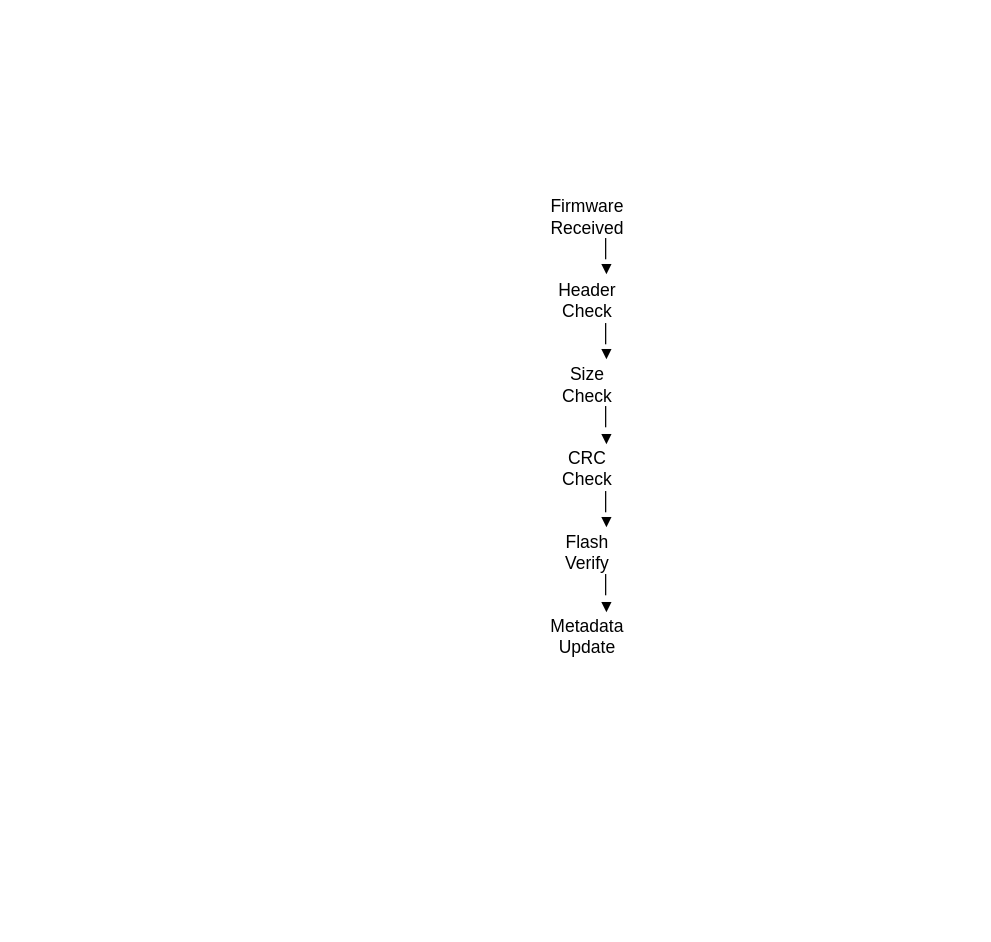
This is page "03 - Firmware Validation Flow" (4 of 9) of docs/HEXBOOT_F0_Architecture.drawio from brajogopal/HEXBOOT_F0, a draw.io file, before an edit. Source tidied: cells renumbered, new cells numbered last; positions are measured from the earlier drawing's top-left corner, leaving out a move shared by most shapes. Both pictures are drawn from the tidied source at 146%, with x=0, y=0 at pixel (543, 404).
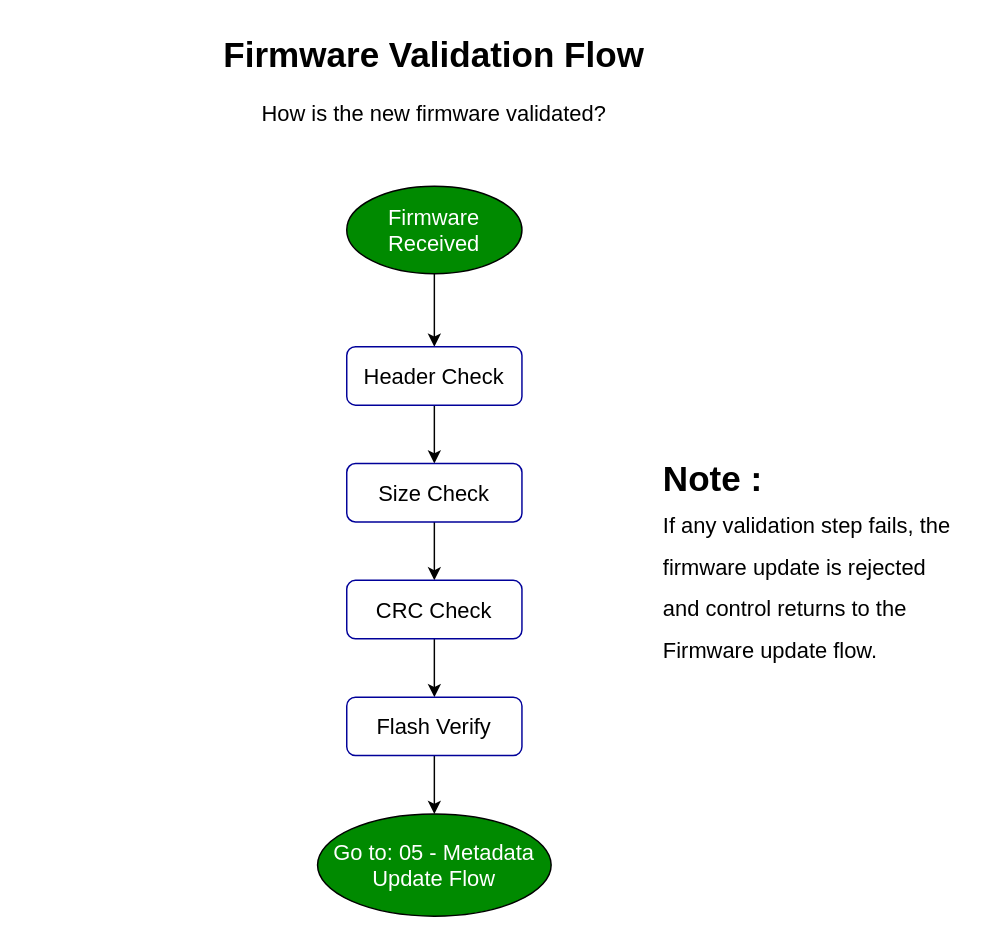
Above is the later version.

What changed in the source:
```diff
@@
 <mxGraphModel>
   <root>
     <mxCell id="0" />
     <mxCell id="1" parent="0" />
-    <mxCell id="2" value="&lt;div&gt;Firmware Received&lt;/div&gt;&lt;div&gt;&amp;nbsp; &amp;nbsp; &amp;nbsp; &amp;nbsp; │&lt;/div&gt;&lt;div&gt;&amp;nbsp; &amp;nbsp; &amp;nbsp; &amp;nbsp; ▼&lt;/div&gt;&lt;div&gt;Header Check&lt;/div&gt;&lt;div&gt;&amp;nbsp; &amp;nbsp; &amp;nbsp; &amp;nbsp; │&lt;/div&gt;&lt;div&gt;&amp;nbsp; &amp;nbsp; &amp;nbsp; &amp;nbsp; ▼&lt;/div&gt;&lt;div&gt;Size Check&lt;/div&gt;&lt;div&gt;&amp;nbsp; &amp;nbsp; &amp;nbsp; &amp;nbsp; │&lt;/div&gt;&lt;div&gt;&amp;nbsp; &amp;nbsp; &amp;nbsp; &amp;nbsp; ▼&lt;/div&gt;&lt;div&gt;CRC Check&lt;/div&gt;&lt;div&gt;&amp;nbsp; &amp;nbsp; &amp;nbsp; &amp;nbsp; │&lt;/div&gt;&lt;div&gt;&amp;nbsp; &amp;nbsp; &amp;nbsp; &amp;nbsp; ▼&lt;/div&gt;&lt;div&gt;Flash Verify&lt;/div&gt;&lt;div&gt;&amp;nbsp; &amp;nbsp; &amp;nbsp; &amp;nbsp; │&lt;/div&gt;&lt;div&gt;&amp;nbsp; &amp;nbsp; &amp;nbsp; &amp;nbsp; ▼&lt;/div&gt;&lt;div&gt;Metadata Update&lt;/div&gt;" style="text;html=1;whiteSpace=wrap;strokeColor=none;fillColor=none;align=center;verticalAlign=middle;rounded=0;" parent="1" vertex="1">
-      <mxGeometry width="60" height="30" as="geometry" />
-    </mxCell>
+    <mxCell id="3" value="&lt;h1 style=&quot;margin-top: 0px;&quot;&gt;Firmware Validation Flow&lt;/h1&gt;&lt;p&gt;&lt;font style=&quot;font-size: 15px;&quot;&gt;How is the new firmware validated?&lt;/font&gt;&lt;/p&gt;" style="text;html=1;whiteSpace=wrap;overflow=hidden;rounded=0;align=center;" parent="1" vertex="1">
+      <mxGeometry x="-355" y="-260" width="560" height="110" as="geometry" />
+    </mxCell>
+    <mxCell id="4" style="edgeStyle=orthogonalEdgeStyle;rounded=0;jettySize=auto;html=1;" parent="1" edge="1" source="5" target="7">
+      <mxGeometry relative="1" as="geometry" />
+    </mxCell>
+    <mxCell id="5" value="&lt;font style=&quot;font-size: 15px; color: rgb(255, 255, 255);&quot;&gt;Firmware Received&lt;/font&gt;" style="ellipse;whiteSpace=wrap;html=1;shapeInside=1;fillColor=#008A00;" parent="1" vertex="1">
+      <mxGeometry x="-135" y="-150" width="120" height="60" as="geometry" />
+    </mxCell>
+    <mxCell id="6" style="edgeStyle=orthogonalEdgeStyle;rounded=0;jettySize=auto;html=1;" parent="1" edge="1" source="7" target="9">
+      <mxGeometry relative="1" as="geometry" />
+    </mxCell>
+    <mxCell id="7" value="&lt;div&gt;&lt;font style=&quot;font-size: 15px;&quot;&gt;Header Check&lt;/font&gt;&lt;/div&gt;" style="rounded=1;whiteSpace=wrap;html=1;strokeColor=#000099;" parent="1" vertex="1">
+      <mxGeometry x="-135" y="-40" width="120" height="40" as="geometry" />
+    </mxCell>
+    <mxCell id="8" style="edgeStyle=orthogonalEdgeStyle;rounded=0;jettySize=auto;html=1;" parent="1" edge="1" source="9" target="11">
+      <mxGeometry relative="1" as="geometry" />
+    </mxCell>
+    <mxCell id="9" value="&lt;div&gt;&lt;font style=&quot;font-size: 15px;&quot;&gt;Size Check&lt;/font&gt;&lt;/div&gt;" style="rounded=1;whiteSpace=wrap;html=1;strokeColor=#000099;" parent="1" vertex="1">
+      <mxGeometry x="-135" y="40" width="120" height="40" as="geometry" />
+    </mxCell>
+    <mxCell id="10" style="edgeStyle=orthogonalEdgeStyle;rounded=0;jettySize=auto;html=1;" parent="1" edge="1" source="11" target="13">
+      <mxGeometry relative="1" as="geometry" />
+    </mxCell>
+    <mxCell id="11" value="&lt;div&gt;&lt;font style=&quot;font-size: 15px;&quot;&gt;CRC Check&lt;/font&gt;&lt;/div&gt;" style="rounded=1;whiteSpace=wrap;html=1;strokeColor=#000099;" parent="1" vertex="1">
+      <mxGeometry x="-135" y="120" width="120" height="40" as="geometry" />
+    </mxCell>
+    <mxCell id="12" style="edgeStyle=orthogonalEdgeStyle;rounded=0;jettySize=auto;html=1;" parent="1" edge="1" source="13" target="14">
+      <mxGeometry relative="1" as="geometry" />
+    </mxCell>
+    <mxCell id="13" value="&lt;div&gt;&lt;font style=&quot;font-size: 15px;&quot;&gt;Flash Verify&lt;/font&gt;&lt;/div&gt;" style="rounded=1;whiteSpace=wrap;html=1;strokeColor=#000099;" parent="1" vertex="1">
+      <mxGeometry x="-135" y="200" width="120" height="40" as="geometry" />
+    </mxCell>
+    <mxCell id="14" value="&lt;span style=&quot;color: rgb(255, 255, 255);&quot;&gt;&lt;font style=&quot;font-size: 15px;&quot;&gt;Go to: 05 - Metadata Update Flow&lt;/font&gt;&lt;/span&gt;" style="ellipse;whiteSpace=wrap;html=1;shapeInside=1;fillColor=#008A00;" parent="1" vertex="1">
+      <mxGeometry x="-155" y="280" width="160" height="70" as="geometry" />
+    </mxCell>
+    <mxCell id="15" value="&lt;h1 style=&quot;margin-top: 0px; margin-bottom: 0px;&quot;&gt;&lt;span style=&quot;background-color: transparent; color: light-dark(rgb(0, 0, 0), rgb(255, 255, 255));&quot;&gt;Note :&lt;br&gt;&lt;/span&gt;&lt;blockquote style=&quot;margin: 0px;&quot;&gt;&lt;p class=&quot;PDq2pG_selectionAnchorContainer&quot; style=&quot;margin-top: 0px; margin-bottom: 0px;&quot;&gt;&lt;span style=&quot;font-weight: normal;&quot;&gt;&lt;font style=&quot;font-size: 15px;&quot;&gt;If any validation step fails, the firmware update is rejected and control returns to the Firmware update flow.&lt;/font&gt;&lt;/span&gt;&lt;/p&gt;&lt;/blockquote&gt;&lt;p&gt;&lt;/p&gt;&lt;/h1&gt;" style="text;html=1;whiteSpace=wrap;overflow=hidden;rounded=0;" parent="1" vertex="1">
+      <mxGeometry x="80" y="30" width="210" height="150" as="geometry" />
+    </mxCell>
   </root>
 </mxGraphModel>
```
